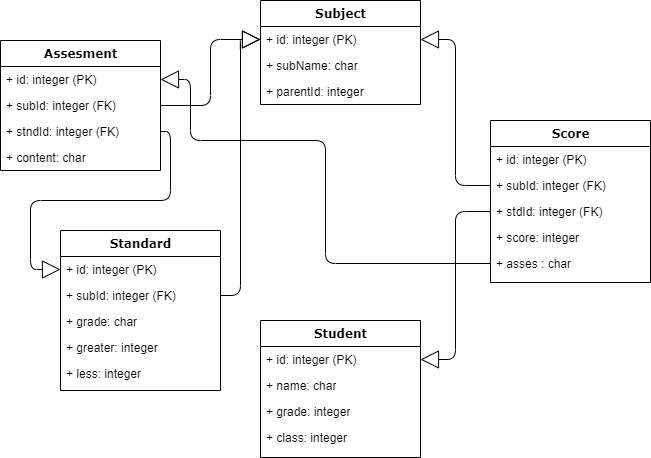
The draw.io diagram dbschema_v3.png in chlwodud77/student-assesment-manager, before a commit. Source tidied: cells renumbered, new cells last; positions are measured from the earlier drawing's top-left corner, leaving out a move shared by most shapes. Source of this version:
```xml
<mxGraphModel background="#ffffff">
  <root>
    <mxCell id="0" />
    <mxCell id="1" parent="0" />
    <mxCell id="2" style="edgeStyle=orthogonalEdgeStyle;html=1;labelBackgroundColor=none;startFill=0;startSize=8;endArrow=block;endFill=0;endSize=16;fontFamily=Verdana;fontSize=12;" parent="1" edge="1" source="25" target="13">
      <mxGeometry relative="1" as="geometry" />
    </mxCell>
    <mxCell id="3" style="edgeStyle=orthogonalEdgeStyle;html=1;labelBackgroundColor=none;startFill=0;startSize=8;endArrow=block;endFill=0;endSize=16;fontFamily=Verdana;fontSize=12;" parent="1" edge="1" source="9" target="17">
      <mxGeometry relative="1" as="geometry" />
    </mxCell>
    <mxCell id="4" style="edgeStyle=orthogonalEdgeStyle;html=1;labelBackgroundColor=none;startFill=0;startSize=8;endArrow=block;endFill=0;endSize=16;fontFamily=Verdana;fontSize=12;" parent="1" edge="1" source="8" target="13">
      <mxGeometry relative="1" as="geometry" />
    </mxCell>
    <mxCell id="5" style="edgeStyle=orthogonalEdgeStyle;html=1;labelBackgroundColor=none;startFill=0;startSize=8;endArrow=block;endFill=0;endSize=16;fontFamily=Verdana;fontSize=12;entryX=0;entryY=0.5;entryDx=0;entryDy=0;" parent="1" edge="1" source="30" target="13">
      <mxGeometry relative="1" as="geometry" />
    </mxCell>
    <mxCell id="6" value="Score" style="swimlane;html=1;fontStyle=1;align=center;verticalAlign=top;horizontal=1;startSize=26;swimlaneFillColor=#ffffff;rounded=0;shadow=0;comic=0;labelBackgroundColor=none;strokeWidth=1;fillColor=none;fontFamily=Verdana;fontSize=12;" parent="1" vertex="1">
      <mxGeometry x="490" y="120" width="160" height="162" as="geometry" />
    </mxCell>
    <mxCell id="7" value="+ id: integer (PK)" style="text;html=1;strokeColor=none;fillColor=none;align=left;verticalAlign=top;spacingLeft=4;spacingRight=4;whiteSpace=wrap;overflow=hidden;" parent="6" vertex="1">
      <mxGeometry y="26" width="160" height="26" as="geometry" />
    </mxCell>
    <mxCell id="8" value="+ subId: integer (FK)" style="text;html=1;strokeColor=none;fillColor=none;align=left;verticalAlign=top;spacingLeft=4;spacingRight=4;whiteSpace=wrap;overflow=hidden;points=[[0,0.5],[1,0.5]];portConstraint=eastwest;" parent="6" vertex="1">
      <mxGeometry y="52" width="160" height="26" as="geometry" />
    </mxCell>
    <mxCell id="9" value="+ stdId: integer (FK)" style="text;html=1;strokeColor=none;fillColor=none;align=left;verticalAlign=top;spacingLeft=4;spacingRight=4;whiteSpace=wrap;overflow=hidden;points=[[0,0.5],[1,0.5]];portConstraint=eastwest;" parent="6" vertex="1">
      <mxGeometry y="78" width="160" height="26" as="geometry" />
    </mxCell>
    <mxCell id="10" value="+ score: integer" style="text;html=1;strokeColor=none;fillColor=none;align=left;verticalAlign=top;spacingLeft=4;spacingRight=4;whiteSpace=wrap;overflow=hidden;" parent="6" vertex="1">
      <mxGeometry y="104" width="160" height="26" as="geometry" />
    </mxCell>
    <mxCell id="11" value="+ asses : char" style="text;html=1;strokeColor=none;fillColor=none;align=left;verticalAlign=top;spacingLeft=4;spacingRight=4;whiteSpace=wrap;overflow=hidden;points=[[0,0.5],[1,0.5]];portConstraint=eastwest;" parent="6" vertex="1">
      <mxGeometry y="130" width="160" height="26" as="geometry" />
    </mxCell>
    <mxCell id="12" value="Subject" style="swimlane;html=1;fontStyle=1;align=center;verticalAlign=top;horizontal=1;startSize=26;swimlaneFillColor=#ffffff;rounded=0;shadow=0;comic=0;labelBackgroundColor=none;strokeWidth=1;fillColor=none;fontFamily=Verdana;fontSize=12;" parent="1" vertex="1">
      <mxGeometry x="260" width="160" height="104" as="geometry" />
    </mxCell>
    <mxCell id="13" value="+ id: integer (PK)" style="text;html=1;strokeColor=none;fillColor=none;align=left;verticalAlign=top;spacingLeft=4;spacingRight=4;whiteSpace=wrap;overflow=hidden;points=[[0,0.5],[1,0.5]];portConstraint=eastwest;" parent="12" vertex="1">
      <mxGeometry y="26" width="160" height="26" as="geometry" />
    </mxCell>
    <mxCell id="14" value="+ subName: char" style="text;html=1;strokeColor=none;fillColor=none;align=left;verticalAlign=top;spacingLeft=4;spacingRight=4;whiteSpace=wrap;overflow=hidden;" parent="12" vertex="1">
      <mxGeometry y="52" width="160" height="26" as="geometry" />
    </mxCell>
    <mxCell id="15" value="+ parentId: integer" style="text;html=1;strokeColor=none;fillColor=none;align=left;verticalAlign=top;spacingLeft=4;spacingRight=4;whiteSpace=wrap;overflow=hidden;" parent="12" vertex="1">
      <mxGeometry y="78" width="160" height="26" as="geometry" />
    </mxCell>
    <mxCell id="16" value="Student" style="swimlane;html=1;fontStyle=1;align=center;verticalAlign=top;horizontal=1;startSize=26;swimlaneFillColor=#ffffff;rounded=0;shadow=0;comic=0;labelBackgroundColor=none;strokeWidth=1;fillColor=none;fontFamily=Verdana;fontSize=12;" parent="1" vertex="1">
      <mxGeometry x="260" y="320" width="160" height="137" as="geometry" />
    </mxCell>
    <mxCell id="17" value="+ id: integer (PK)" style="text;html=1;strokeColor=none;fillColor=none;align=left;verticalAlign=top;spacingLeft=4;spacingRight=4;whiteSpace=wrap;overflow=hidden;points=[[0,0.5],[1,0.5]];portConstraint=eastwest;" parent="16" vertex="1">
      <mxGeometry y="26" width="160" height="26" as="geometry" />
    </mxCell>
    <mxCell id="18" value="+ name: char" style="text;html=1;strokeColor=none;fillColor=none;align=left;verticalAlign=top;spacingLeft=4;spacingRight=4;whiteSpace=wrap;overflow=hidden;" parent="16" vertex="1">
      <mxGeometry y="52" width="160" height="26" as="geometry" />
    </mxCell>
    <mxCell id="19" value="+ grade: integer" style="text;html=1;strokeColor=none;fillColor=none;align=left;verticalAlign=top;spacingLeft=4;spacingRight=4;whiteSpace=wrap;overflow=hidden;" parent="16" vertex="1">
      <mxGeometry y="78" width="160" height="26" as="geometry" />
    </mxCell>
    <mxCell id="20" value="+ class: integer" style="text;html=1;strokeColor=none;fillColor=none;align=left;verticalAlign=top;spacingLeft=4;spacingRight=4;whiteSpace=wrap;overflow=hidden;" parent="16" vertex="1">
      <mxGeometry y="104" width="160" height="26" as="geometry" />
    </mxCell>
    <mxCell id="21" style="edgeStyle=orthogonalEdgeStyle;html=1;labelBackgroundColor=none;startFill=0;startSize=8;endArrow=block;endFill=0;endSize=16;fontFamily=Verdana;fontSize=12;exitX=0;exitY=0.5;exitDx=0;exitDy=0;entryX=1;entryY=0.5;entryDx=0;entryDy=0;" parent="1" edge="1" source="11" target="24">
      <mxGeometry relative="1" as="geometry">
        <Array as="points">
          <mxPoint x="325" y="263" />
          <mxPoint x="325" y="140" />
          <mxPoint x="190" y="140" />
          <mxPoint x="190" y="79" />
        </Array>
      </mxGeometry>
    </mxCell>
    <mxCell id="22" style="edgeStyle=orthogonalEdgeStyle;html=1;labelBackgroundColor=none;startFill=0;startSize=8;endArrow=block;endFill=0;endSize=16;fontFamily=Verdana;fontSize=12;exitX=1;exitY=0.5;exitDx=0;exitDy=0;" parent="1" edge="1" source="26" target="29">
      <mxGeometry relative="1" as="geometry">
        <Array as="points">
          <mxPoint x="170" y="131" />
          <mxPoint x="170" y="200" />
          <mxPoint x="30" y="200" />
          <mxPoint x="30" y="269" />
        </Array>
      </mxGeometry>
    </mxCell>
    <mxCell id="23" value="Assesment" style="swimlane;html=1;fontStyle=1;align=center;verticalAlign=top;horizontal=1;startSize=26;swimlaneFillColor=#ffffff;rounded=0;shadow=0;comic=0;labelBackgroundColor=none;strokeWidth=1;fillColor=none;fontFamily=Verdana;fontSize=12;" parent="1" vertex="1">
      <mxGeometry y="40" width="160" height="130" as="geometry" />
    </mxCell>
    <mxCell id="24" value="+ id: integer (PK)" style="text;html=1;strokeColor=none;fillColor=none;align=left;verticalAlign=top;spacingLeft=4;spacingRight=4;whiteSpace=wrap;overflow=hidden;points=[[0,0.5],[1,0.5]];portConstraint=eastwest;" parent="23" vertex="1">
      <mxGeometry y="26" width="160" height="26" as="geometry" />
    </mxCell>
    <mxCell id="25" value="+ subId: integer (FK)" style="text;html=1;strokeColor=none;fillColor=none;align=left;verticalAlign=top;spacingLeft=4;spacingRight=4;whiteSpace=wrap;overflow=hidden;points=[[0,0.5],[1,0.5]];portConstraint=eastwest;" parent="23" vertex="1">
      <mxGeometry y="52" width="160" height="26" as="geometry" />
    </mxCell>
    <mxCell id="26" value="+ stndId: integer (FK)" style="text;html=1;strokeColor=none;fillColor=none;align=left;verticalAlign=top;spacingLeft=4;spacingRight=4;whiteSpace=wrap;overflow=hidden;points=[[0,0.5],[1,0.5]];portConstraint=eastwest;" parent="23" vertex="1">
      <mxGeometry y="78" width="160" height="26" as="geometry" />
    </mxCell>
    <mxCell id="27" value="+ content: char" style="text;html=1;strokeColor=none;fillColor=none;align=left;verticalAlign=top;spacingLeft=4;spacingRight=4;whiteSpace=wrap;overflow=hidden;" parent="23" vertex="1">
      <mxGeometry y="104" width="160" height="26" as="geometry" />
    </mxCell>
    <mxCell id="28" value="Standard" style="swimlane;html=1;fontStyle=1;align=center;verticalAlign=top;horizontal=1;startSize=26;swimlaneFillColor=#ffffff;rounded=0;shadow=0;comic=0;labelBackgroundColor=none;strokeWidth=1;fillColor=none;fontFamily=Verdana;fontSize=12;" parent="1" vertex="1">
      <mxGeometry x="60" y="230" width="160" height="160" as="geometry" />
    </mxCell>
    <mxCell id="29" value="+ id: integer (PK)" style="text;html=1;strokeColor=none;fillColor=none;align=left;verticalAlign=top;spacingLeft=4;spacingRight=4;whiteSpace=wrap;overflow=hidden;points=[[0,0.5],[1,0.5]];portConstraint=eastwest;" parent="28" vertex="1">
      <mxGeometry y="26" width="160" height="26" as="geometry" />
    </mxCell>
    <mxCell id="30" value="+ subId: integer (FK)" style="text;html=1;strokeColor=none;fillColor=none;align=left;verticalAlign=top;spacingLeft=4;spacingRight=4;whiteSpace=wrap;overflow=hidden;points=[[0,0.5],[1,0.5]];portConstraint=eastwest;" parent="28" vertex="1">
      <mxGeometry y="52" width="160" height="26" as="geometry" />
    </mxCell>
    <mxCell id="31" value="+ grade: char" style="text;html=1;strokeColor=none;fillColor=none;align=left;verticalAlign=top;spacingLeft=4;spacingRight=4;whiteSpace=wrap;overflow=hidden;" parent="28" vertex="1">
      <mxGeometry y="78" width="160" height="26" as="geometry" />
    </mxCell>
    <mxCell id="32" value="+ greater: integer" style="text;html=1;strokeColor=none;fillColor=none;align=left;verticalAlign=top;spacingLeft=4;spacingRight=4;whiteSpace=wrap;overflow=hidden;" parent="28" vertex="1">
      <mxGeometry y="104" width="160" height="26" as="geometry" />
    </mxCell>
    <mxCell id="33" value="+ less: integer" style="text;html=1;strokeColor=none;fillColor=none;align=left;verticalAlign=top;spacingLeft=4;spacingRight=4;whiteSpace=wrap;overflow=hidden;" parent="28" vertex="1">
      <mxGeometry y="130" width="160" height="26" as="geometry" />
    </mxCell>
  </root>
</mxGraphModel>
```
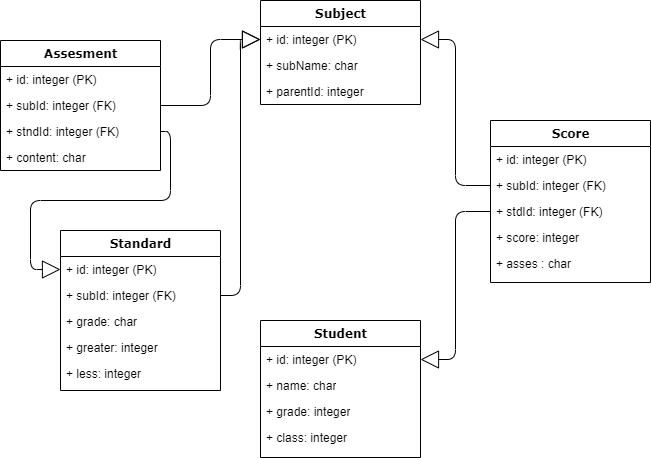
After the change.

The edit, as a diff of the source:
```diff
@@ -59,16 +59,6 @@
     <mxCell id="20" value="+ class: integer" style="text;html=1;strokeColor=none;fillColor=none;align=left;verticalAlign=top;spacingLeft=4;spacingRight=4;whiteSpace=wrap;overflow=hidden;" parent="16" vertex="1">
       <mxGeometry y="104" width="160" height="26" as="geometry" />
     </mxCell>
-    <mxCell id="21" style="edgeStyle=orthogonalEdgeStyle;html=1;labelBackgroundColor=none;startFill=0;startSize=8;endArrow=block;endFill=0;endSize=16;fontFamily=Verdana;fontSize=12;exitX=0;exitY=0.5;exitDx=0;exitDy=0;entryX=1;entryY=0.5;entryDx=0;entryDy=0;" parent="1" edge="1" source="11" target="24">
-      <mxGeometry relative="1" as="geometry">
-        <Array as="points">
-          <mxPoint x="325" y="263" />
-          <mxPoint x="325" y="140" />
-          <mxPoint x="190" y="140" />
-          <mxPoint x="190" y="79" />
-        </Array>
-      </mxGeometry>
-    </mxCell>
     <mxCell id="22" style="edgeStyle=orthogonalEdgeStyle;html=1;labelBackgroundColor=none;startFill=0;startSize=8;endArrow=block;endFill=0;endSize=16;fontFamily=Verdana;fontSize=12;exitX=1;exitY=0.5;exitDx=0;exitDy=0;" parent="1" edge="1" source="26" target="29">
       <mxGeometry relative="1" as="geometry">
         <Array as="points">
```
